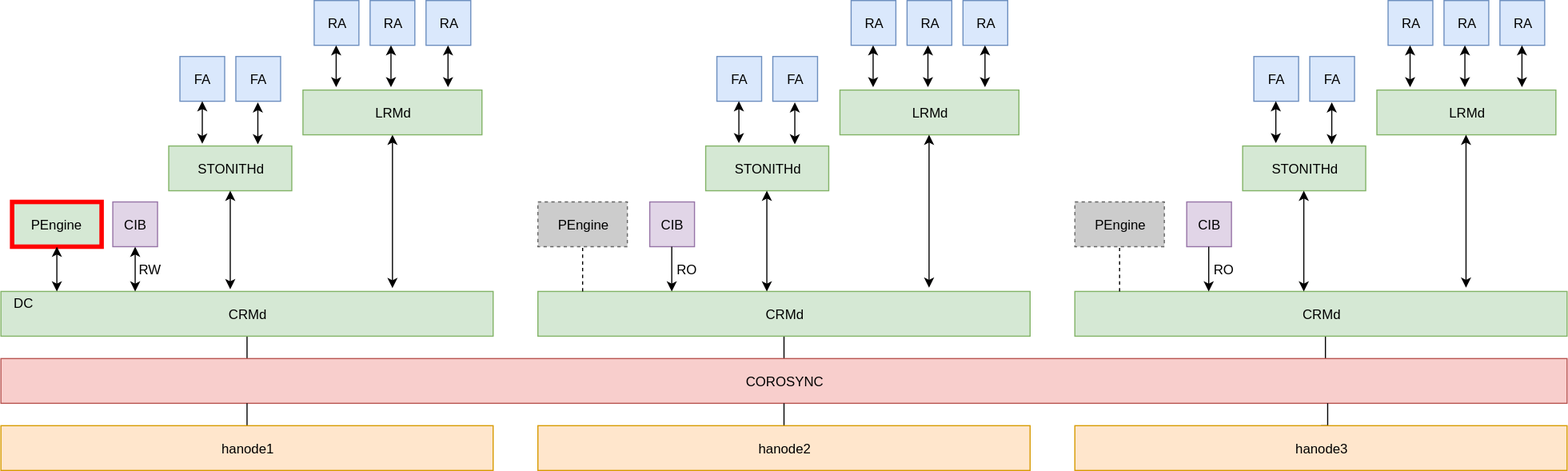
Before: docs/workshop/fr/medias/pcmk_diag1-pengine.svg, a diagram exported from draw.io (ClusterLabs/PAF). Source tidied: cells renumbered, new cells last; positions are measured from the earlier drawing's top-left corner, leaving out a move shared by most shapes.
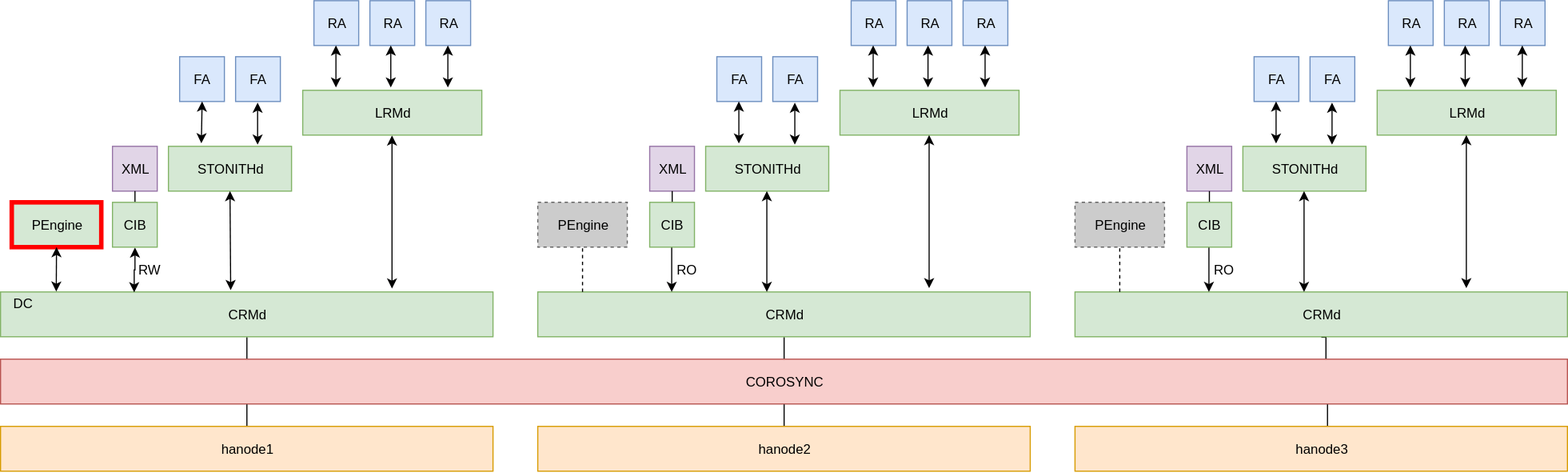
The same diagram one commit later.

What changed in the source:
```diff
@@ -11,9 +11,6 @@
     <mxCell id="4" style="edgeStyle=orthogonalEdgeStyle;rounded=0;html=1;exitX=0.5;exitY=1;entryX=0.272;entryY=0;entryPerimeter=0;startArrow=classic;startFill=1;endArrow=classic;endFill=1;jettySize=auto;" parent="1" edge="1" source="5" target="3">
       <mxGeometry relative="1" as="geometry" />
     </mxCell>
-    <mxCell id="5" value="CIB" style="rounded=0;whiteSpace=wrap;html=1;fillColor=#e1d5e7;strokeColor=#9673a6;" parent="1" vertex="1">
-      <mxGeometry x="100" y="180" width="40" height="40" as="geometry" />
-    </mxCell>
     <mxCell id="6" value="STONITHd" style="rounded=0;whiteSpace=wrap;html=1;fillColor=#d5e8d4;strokeColor=#82b366;" parent="1" vertex="1">
       <mxGeometry x="150" y="130" width="110" height="40" as="geometry" />
     </mxCell>
@@ -47,9 +44,6 @@
     <mxCell id="16" value="CRMd" style="rounded=0;whiteSpace=wrap;html=1;fillColor=#d5e8d4;strokeColor=#82b366;" parent="1" vertex="1">
       <mxGeometry x="480" y="260" width="440" height="40" as="geometry" />
     </mxCell>
-    <mxCell id="17" value="CIB" style="rounded=0;whiteSpace=wrap;html=1;fillColor=#e1d5e7;strokeColor=#9673a6;" parent="1" vertex="1">
-      <mxGeometry x="580" y="180" width="40" height="40" as="geometry" />
-    </mxCell>
     <mxCell id="18" value="STONITHd" style="rounded=0;whiteSpace=wrap;html=1;fillColor=#d5e8d4;strokeColor=#82b366;" parent="1" vertex="1">
       <mxGeometry x="630" y="130" width="110" height="40" as="geometry" />
     </mxCell>
@@ -77,9 +71,6 @@
     <mxCell id="26" value="CRMd" style="rounded=0;whiteSpace=wrap;html=1;fillColor=#d5e8d4;strokeColor=#82b366;" parent="1" vertex="1">
       <mxGeometry x="960" y="260" width="440" height="40" as="geometry" />
     </mxCell>
-    <mxCell id="27" value="CIB" style="rounded=0;whiteSpace=wrap;html=1;fillColor=#e1d5e7;strokeColor=#9673a6;" parent="1" vertex="1">
-      <mxGeometry x="1060" y="180" width="40" height="40" as="geometry" />
-    </mxCell>
     <mxCell id="28" value="STONITHd" style="rounded=0;whiteSpace=wrap;html=1;fillColor=#d5e8d4;strokeColor=#82b366;" parent="1" vertex="1">
       <mxGeometry x="1110" y="130" width="110" height="40" as="geometry" />
     </mxCell>
@@ -285,5 +276,32 @@
         <mxPoint x="1000" y="220" as="targetPoint" />
       </mxGeometry>
     </mxCell>
+    <mxCell id="73" value="XML" style="rounded=0;whiteSpace=wrap;html=1;fillColor=#e1d5e7;strokeColor=#9673a6;" parent="1" vertex="1">
+      <mxGeometry x="580" y="130" width="40" height="40" as="geometry" />
+    </mxCell>
+    <mxCell id="74" style="endArrow=none;html=1;fontSize=24;fontColor=#FF0000;exitX=0.5;exitY=0;entryX=0.5;entryY=1;" parent="1" edge="1" source="17" target="73">
+      <mxGeometry relative="1" as="geometry" />
+    </mxCell>
+    <mxCell id="75" value="XML" style="rounded=0;whiteSpace=wrap;html=1;fillColor=#e1d5e7;strokeColor=#9673a6;" parent="1" vertex="1">
+      <mxGeometry x="1060" y="130" width="40" height="40" as="geometry" />
+    </mxCell>
+    <mxCell id="76" style="endArrow=none;html=1;fontSize=24;fontColor=#FF0000;exitX=0.5;exitY=0;entryX=0.5;entryY=1;" parent="1" edge="1" source="27" target="75">
+      <mxGeometry relative="1" as="geometry" />
+    </mxCell>
+    <mxCell id="77" value="XML" style="rounded=0;whiteSpace=wrap;html=1;fillColor=#e1d5e7;strokeColor=#9673a6;" parent="1" vertex="1">
+      <mxGeometry x="100" y="130" width="40" height="40" as="geometry" />
+    </mxCell>
+    <mxCell id="78" style="endArrow=none;html=1;fontSize=24;fontColor=#FF0000;exitX=0.5;exitY=0;entryX=0.5;entryY=1;" parent="1" edge="1" source="5" target="77">
+      <mxGeometry relative="1" as="geometry" />
+    </mxCell>
+    <mxCell id="5" value="CIB" style="rounded=0;whiteSpace=wrap;html=1;fillColor=#d5e8d4;strokeColor=#82b366;" parent="1" vertex="1">
+      <mxGeometry x="100" y="180" width="40" height="40" as="geometry" />
+    </mxCell>
+    <mxCell id="17" value="CIB" style="rounded=0;whiteSpace=wrap;html=1;fillColor=#d5e8d4;strokeColor=#82b366;" parent="1" vertex="1">
+      <mxGeometry x="580" y="180" width="40" height="40" as="geometry" />
+    </mxCell>
+    <mxCell id="27" value="CIB" style="rounded=0;whiteSpace=wrap;html=1;fillColor=#d5e8d4;strokeColor=#82b366;" parent="1" vertex="1">
+      <mxGeometry x="1060" y="180" width="40" height="40" as="geometry" />
+    </mxCell>
   </root>
 </mxGraphModel>
```
